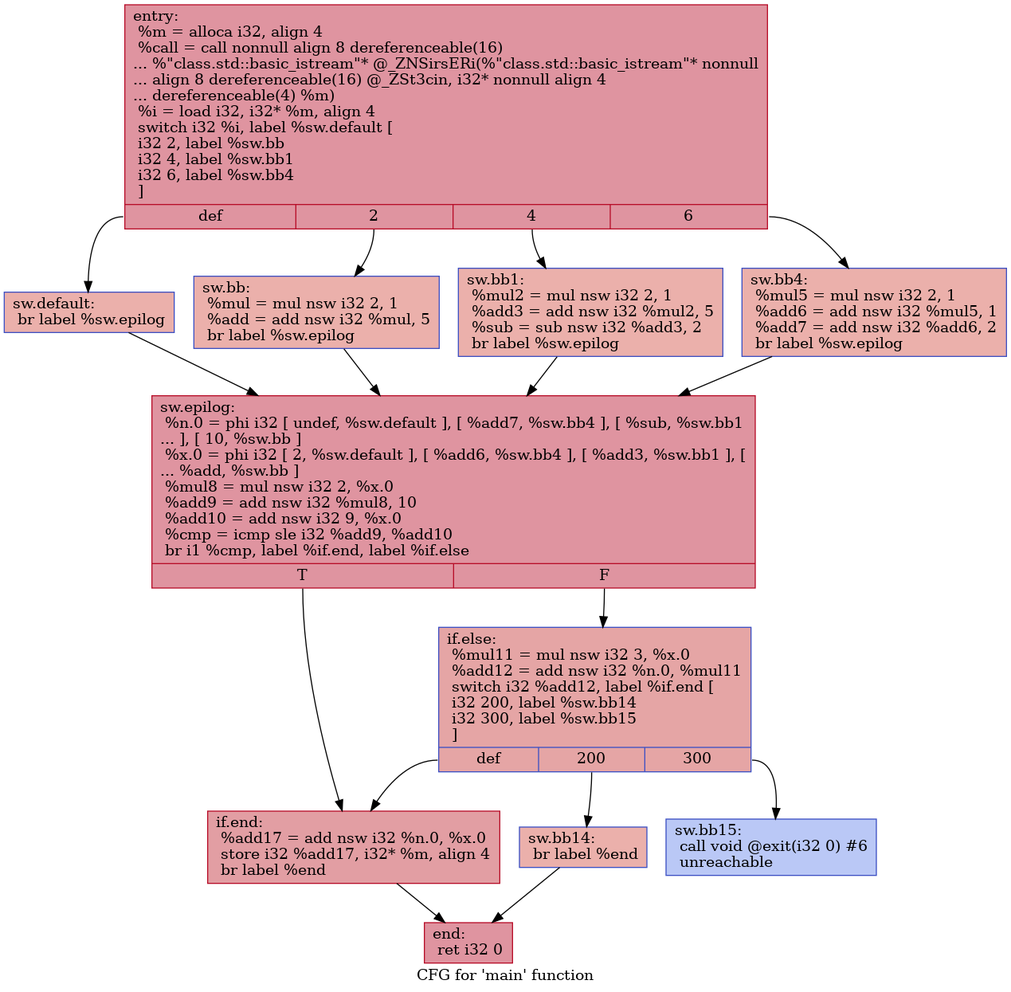
Before: IR/cfg/baseline.dot.png, a diagram exported from Graphviz (HPSSA-LLVM/HPSSA-LLVM). Its source is kept beside it as IR/cfg/baseline.dot.
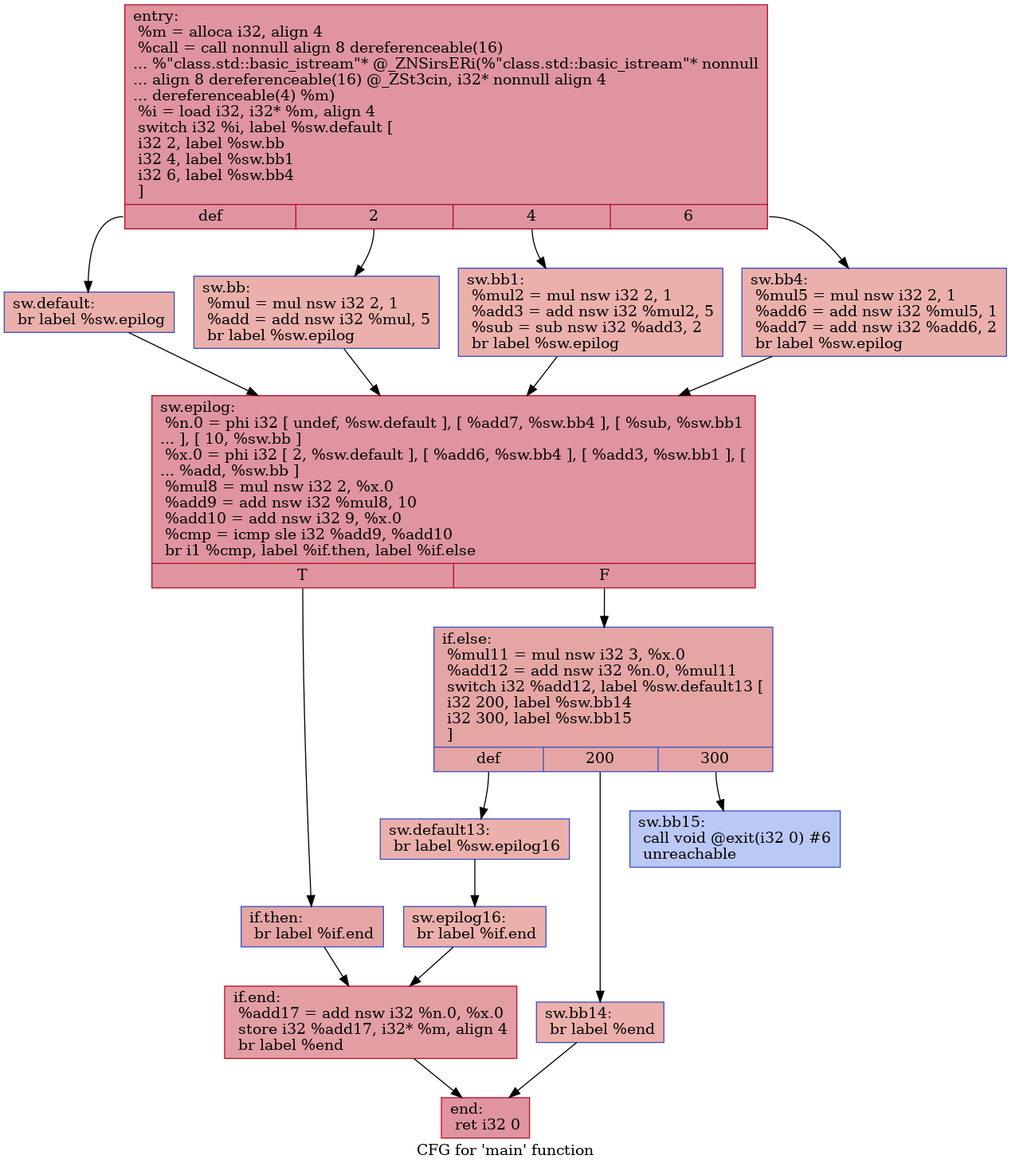
The same diagram one commit later.

Diff of the diagram source:
```diff
@@ -1,30 +1,36 @@
 digraph "CFG for 'main' function" {
 	label="CFG for 'main' function";
 
-	Node0x5615e06fad50 [shape=record,color="#b70d28ff", style=filled, fillcolor="#b70d2870",label="{entry:\l  %m = alloca i32, align 4\l  %call = call nonnull align 8 dereferenceable(16)\l... %\"class.std::basic_istream\"* @_ZNSirsERi(%\"class.std::basic_istream\"* nonnull\l... align 8 dereferenceable(16) @_ZSt3cin, i32* nonnull align 4\l... dereferenceable(4) %m)\l  %i = load i32, i32* %m, align 4\l  switch i32 %i, label %sw.default [\l    i32 2, label %sw.bb\l    i32 4, label %sw.bb1\l    i32 6, label %sw.bb4\l  ]\l|{<s0>def|<s1>2|<s2>4|<s3>6}}"];
-	Node0x5615e06fad50:s0 -> Node0x5615e06fb1c0;
-	Node0x5615e06fad50:s1 -> Node0x5615e06fb2d0;
-	Node0x5615e06fad50:s2 -> Node0x5615e06fb3d0;
-	Node0x5615e06fad50:s3 -> Node0x5615e06fb4d0;
-	Node0x5615e06fb2d0 [shape=record,color="#3d50c3ff", style=filled, fillcolor="#d24b4070",label="{sw.bb:                                            \l  %mul = mul nsw i32 2, 1\l  %add = add nsw i32 %mul, 5\l  br label %sw.epilog\l}"];
-	Node0x5615e06fb2d0 -> Node0x5615e06fb780;
-	Node0x5615e06fb3d0 [shape=record,color="#3d50c3ff", style=filled, fillcolor="#d24b4070",label="{sw.bb1:                                           \l  %mul2 = mul nsw i32 2, 1\l  %add3 = add nsw i32 %mul2, 5\l  %sub = sub nsw i32 %add3, 2\l  br label %sw.epilog\l}"];
-	Node0x5615e06fb3d0 -> Node0x5615e06fb780;
-	Node0x5615e06fb4d0 [shape=record,color="#3d50c3ff", style=filled, fillcolor="#d24b4070",label="{sw.bb4:                                           \l  %mul5 = mul nsw i32 2, 1\l  %add6 = add nsw i32 %mul5, 1\l  %add7 = add nsw i32 %add6, 2\l  br label %sw.epilog\l}"];
-	Node0x5615e06fb4d0 -> Node0x5615e06fb780;
-	Node0x5615e06fb1c0 [shape=record,color="#3d50c3ff", style=filled, fillcolor="#d24b4070",label="{sw.default:                                       \l  br label %sw.epilog\l}"];
-	Node0x5615e06fb1c0 -> Node0x5615e06fb780;
-	Node0x5615e06fb780 [shape=record,color="#b70d28ff", style=filled, fillcolor="#b70d2870",label="{sw.epilog:                                        \l  %n.0 = phi i32 [ undef, %sw.default ], [ %add7, %sw.bb4 ], [ %sub, %sw.bb1\l... ], [ 10, %sw.bb ]\l  %x.0 = phi i32 [ 2, %sw.default ], [ %add6, %sw.bb4 ], [ %add3, %sw.bb1 ], [\l... %add, %sw.bb ]\l  %mul8 = mul nsw i32 2, %x.0\l  %add9 = add nsw i32 %mul8, 10\l  %add10 = add nsw i32 9, %x.0\l  %cmp = icmp sle i32 %add9, %add10\l  br i1 %cmp, label %if.end, label %if.else\l|{<s0>T|<s1>F}}"];
-	Node0x5615e06fb780:s0 -> Node0x5615e06fc910;
-	Node0x5615e06fb780:s1 -> Node0x5615e06fc980;
-	Node0x5615e06fc980 [shape=record,color="#3d50c3ff", style=filled, fillcolor="#c5333470",label="{if.else:                                          \l  %mul11 = mul nsw i32 3, %x.0\l  %add12 = add nsw i32 %n.0, %mul11\l  switch i32 %add12, label %if.end [\l    i32 200, label %sw.bb14\l    i32 300, label %sw.bb15\l  ]\l|{<s0>def|<s1>200|<s2>300}}"];
-	Node0x5615e06fc980:s0 -> Node0x5615e06fc910;
-	Node0x5615e06fc980:s1 -> Node0x5615e06fcf80;
-	Node0x5615e06fc980:s2 -> Node0x5615e06fd020;
-	Node0x5615e06fcf80 [shape=record,color="#3d50c3ff", style=filled, fillcolor="#d24b4070",label="{sw.bb14:                                          \l  br label %end\l}"];
-	Node0x5615e06fcf80 -> Node0x5615e06fd1b0;
-	Node0x5615e06fd020 [shape=record,color="#3d50c3ff", style=filled, fillcolor="#6282ea70",label="{sw.bb15:                                          \l  call void @exit(i32 0) #6\l  unreachable\l}"];
-	Node0x5615e06fc910 [shape=record,color="#b70d28ff", style=filled, fillcolor="#be242e70",label="{if.end:                                           \l  %add17 = add nsw i32 %n.0, %x.0\l  store i32 %add17, i32* %m, align 4\l  br label %end\l}"];
-	Node0x5615e06fc910 -> Node0x5615e06fd1b0;
-	Node0x5615e06fd1b0 [shape=record,color="#b70d28ff", style=filled, fillcolor="#b70d2870",label="{end:                                              \l  ret i32 0\l}"];
+	Node0x55c2193ecce0 [shape=record,color="#b70d28ff", style=filled, fillcolor="#b70d2870",label="{entry:\l  %m = alloca i32, align 4\l  %call = call nonnull align 8 dereferenceable(16)\l... %\"class.std::basic_istream\"* @_ZNSirsERi(%\"class.std::basic_istream\"* nonnull\l... align 8 dereferenceable(16) @_ZSt3cin, i32* nonnull align 4\l... dereferenceable(4) %m)\l  %i = load i32, i32* %m, align 4\l  switch i32 %i, label %sw.default [\l    i32 2, label %sw.bb\l    i32 4, label %sw.bb1\l    i32 6, label %sw.bb4\l  ]\l|{<s0>def|<s1>2|<s2>4|<s3>6}}"];
+	Node0x55c2193ecce0:s0 -> Node0x55c2193ed150;
+	Node0x55c2193ecce0:s1 -> Node0x55c2193ed260;
+	Node0x55c2193ecce0:s2 -> Node0x55c2193ed360;
+	Node0x55c2193ecce0:s3 -> Node0x55c2193ed460;
+	Node0x55c2193ed260 [shape=record,color="#3d50c3ff", style=filled, fillcolor="#d24b4070",label="{sw.bb:                                            \l  %mul = mul nsw i32 2, 1\l  %add = add nsw i32 %mul, 5\l  br label %sw.epilog\l}"];
+	Node0x55c2193ed260 -> Node0x55c2193ed710;
+	Node0x55c2193ed360 [shape=record,color="#3d50c3ff", style=filled, fillcolor="#d24b4070",label="{sw.bb1:                                           \l  %mul2 = mul nsw i32 2, 1\l  %add3 = add nsw i32 %mul2, 5\l  %sub = sub nsw i32 %add3, 2\l  br label %sw.epilog\l}"];
+	Node0x55c2193ed360 -> Node0x55c2193ed710;
+	Node0x55c2193ed460 [shape=record,color="#3d50c3ff", style=filled, fillcolor="#d24b4070",label="{sw.bb4:                                           \l  %mul5 = mul nsw i32 2, 1\l  %add6 = add nsw i32 %mul5, 1\l  %add7 = add nsw i32 %add6, 2\l  br label %sw.epilog\l}"];
+	Node0x55c2193ed460 -> Node0x55c2193ed710;
+	Node0x55c2193ed150 [shape=record,color="#3d50c3ff", style=filled, fillcolor="#d24b4070",label="{sw.default:                                       \l  br label %sw.epilog\l}"];
+	Node0x55c2193ed150 -> Node0x55c2193ed710;
+	Node0x55c2193ed710 [shape=record,color="#b70d28ff", style=filled, fillcolor="#b70d2870",label="{sw.epilog:                                        \l  %n.0 = phi i32 [ undef, %sw.default ], [ %add7, %sw.bb4 ], [ %sub, %sw.bb1\l... ], [ 10, %sw.bb ]\l  %x.0 = phi i32 [ 2, %sw.default ], [ %add6, %sw.bb4 ], [ %add3, %sw.bb1 ], [\l... %add, %sw.bb ]\l  %mul8 = mul nsw i32 2, %x.0\l  %add9 = add nsw i32 %mul8, 10\l  %add10 = add nsw i32 9, %x.0\l  %cmp = icmp sle i32 %add9, %add10\l  br i1 %cmp, label %if.then, label %if.else\l|{<s0>T|<s1>F}}"];
+	Node0x55c2193ed710:s0 -> Node0x55c2193ee8a0;
+	Node0x55c2193ed710:s1 -> Node0x55c2193ee910;
+	Node0x55c2193ee8a0 [shape=record,color="#3d50c3ff", style=filled, fillcolor="#c5333470",label="{if.then:                                          \l  br label %if.end\l}"];
+	Node0x55c2193ee8a0 -> Node0x55c2193eed50;
+	Node0x55c2193ee910 [shape=record,color="#3d50c3ff", style=filled, fillcolor="#c5333470",label="{if.else:                                          \l  %mul11 = mul nsw i32 3, %x.0\l  %add12 = add nsw i32 %n.0, %mul11\l  switch i32 %add12, label %sw.default13 [\l    i32 200, label %sw.bb14\l    i32 300, label %sw.bb15\l  ]\l|{<s0>def|<s1>200|<s2>300}}"];
+	Node0x55c2193ee910:s0 -> Node0x55c2193eefc0;
+	Node0x55c2193ee910:s1 -> Node0x55c2193ef070;
+	Node0x55c2193ee910:s2 -> Node0x55c2193ef110;
+	Node0x55c2193eefc0 [shape=record,color="#3d50c3ff", style=filled, fillcolor="#d24b4070",label="{sw.default13:                                     \l  br label %sw.epilog16\l}"];
+	Node0x55c2193eefc0 -> Node0x55c2193ef2a0;
+	Node0x55c2193ef070 [shape=record,color="#3d50c3ff", style=filled, fillcolor="#d24b4070",label="{sw.bb14:                                          \l  br label %end\l}"];
+	Node0x55c2193ef070 -> Node0x55c2193ef390;
+	Node0x55c2193ef110 [shape=record,color="#3d50c3ff", style=filled, fillcolor="#6282ea70",label="{sw.bb15:                                          \l  call void @exit(i32 0) #6\l  unreachable\l}"];
+	Node0x55c2193ef2a0 [shape=record,color="#3d50c3ff", style=filled, fillcolor="#d24b4070",label="{sw.epilog16:                                      \l  br label %if.end\l}"];
+	Node0x55c2193ef2a0 -> Node0x55c2193eed50;
+	Node0x55c2193eed50 [shape=record,color="#b70d28ff", style=filled, fillcolor="#be242e70",label="{if.end:                                           \l  %add17 = add nsw i32 %n.0, %x.0\l  store i32 %add17, i32* %m, align 4\l  br label %end\l}"];
+	Node0x55c2193eed50 -> Node0x55c2193ef390;
+	Node0x55c2193ef390 [shape=record,color="#b70d28ff", style=filled, fillcolor="#b70d2870",label="{end:                                              \l  ret i32 0\l}"];
 }
```
